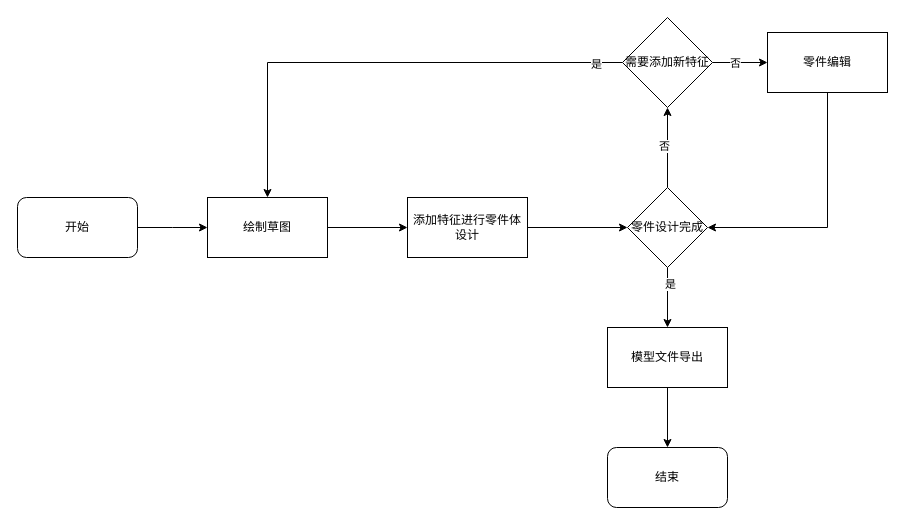
liuhuliuhu123/First-test keeps this draw.io diagram as HFMS系统业务流程图.drawio. Above is the earlier version. Source tidied: cells renumbered, new cells numbered last; positions are measured from the earlier drawing's top-left corner, leaving out a move shared by most shapes. Both pictures are drawn from the tidied source at 100%, with x=0, y=0 at pixel (17, 17).
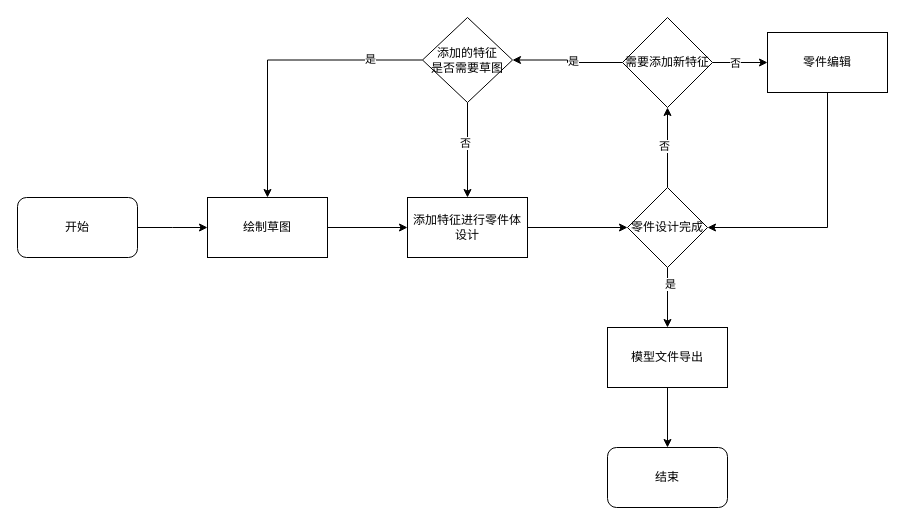
The same diagram, later.

Commit message:
更新HFMS系统业务流程图.drawio

The change refers to these unchanged cells:
```xml
<mxCell id="5" value="绘制草图" style="rounded=0;whiteSpace=wrap;html=1;" parent="1" vertex="1">
  <mxGeometry x="190" y="180" width="120" height="60" as="geometry" />
</mxCell>
<mxCell id="7" value="添加特征进行零件体设计" style="whiteSpace=wrap;html=1;rounded=0;" parent="1" vertex="1">
  <mxGeometry x="390" y="180" width="120" height="60" as="geometry" />
</mxCell>
<mxCell id="20" value="需要添加新特征" style="rhombus;whiteSpace=wrap;html=1;rounded=0;" parent="1" vertex="1">
  <mxGeometry x="605" width="90" height="90" as="geometry" />
</mxCell>
```

What changed in the source:
```diff
@@
-    <mxCell id="16" style="edgeStyle=orthogonalEdgeStyle;rounded=0;jettySize=auto;html=1;entryX=0.5;entryY=0;entryDx=0;entryDy=0;" parent="1" edge="1" source="20" target="5">
-      <mxGeometry relative="1" as="geometry" />
-    </mxCell>
-    <mxCell id="17" value="是" style="edgeLabel;html=1;align=center;verticalAlign=middle;" parent="16" vertex="1">
-      <mxGeometry x="-0.89" y="1" relative="1" as="geometry" />
-    </mxCell>
@@
+    <mxCell id="23" style="edgeStyle=orthogonalEdgeStyle;rounded=0;jettySize=auto;html=1;" parent="1" edge="1" source="20" target="29">
+      <mxGeometry relative="1" as="geometry" />
+    </mxCell>
+    <mxCell id="24" value="是" style="edgeLabel;html=1;align=center;verticalAlign=middle;" parent="23" vertex="1">
+      <mxGeometry x="-0.12" y="-2" relative="1" as="geometry" />
+    </mxCell>
@@
+    <mxCell id="25" style="edgeStyle=orthogonalEdgeStyle;rounded=0;jettySize=auto;html=1;entryX=0.5;entryY=0;entryDx=0;entryDy=0;" parent="1" edge="1" source="29" target="7">
+      <mxGeometry relative="1" as="geometry" />
+    </mxCell>
+    <mxCell id="26" value="否" style="edgeLabel;html=1;align=center;verticalAlign=middle;" parent="25" vertex="1">
+      <mxGeometry x="-0.16" y="-3" relative="1" as="geometry" />
+    </mxCell>
+    <mxCell id="27" style="edgeStyle=orthogonalEdgeStyle;rounded=0;jettySize=auto;html=1;" parent="1" edge="1" source="29" target="5">
+      <mxGeometry relative="1" as="geometry" />
+    </mxCell>
+    <mxCell id="28" value="是" style="edgeLabel;html=1;align=center;verticalAlign=middle;" parent="27" vertex="1">
+      <mxGeometry x="-0.64" y="-1" relative="1" as="geometry" />
+    </mxCell>
+    <mxCell id="29" value="添加的特征&lt;br&gt;是否需要草图" style="rhombus;whiteSpace=wrap;html=1;rounded=0;" parent="1" vertex="1">
+      <mxGeometry x="405" width="90" height="85" as="geometry" />
+    </mxCell>
```
